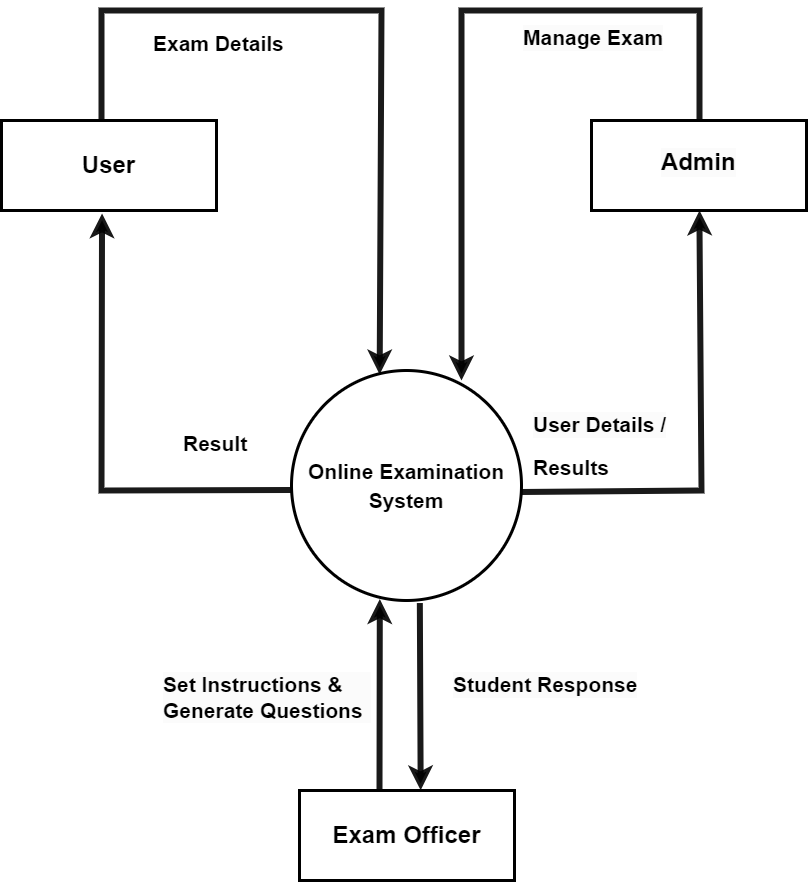
The draw.io diagram Level Diagram.drawio.png in omkarjha/Online-Examination-System, before a commit. Source tidied: cells renumbered, new cells last; positions are measured from the earlier drawing's top-left corner, leaving out a move shared by most shapes. The source it was exported from:
```xml
<mxGraphModel>
  <root>
    <mxCell id="0" />
    <mxCell id="1" parent="0" />
    <mxCell id="2" value="&lt;h1 style=&quot;border-color: var(--border-color);&quot;&gt;&lt;font style=&quot;border-color: var(--border-color); font-size: 21px;&quot;&gt;Online Examination System&lt;/font&gt;&lt;/h1&gt;" style="ellipse;whiteSpace=wrap;html=1;strokeWidth=3;" parent="1" vertex="1">
      <mxGeometry x="290" y="367" width="230" height="230" as="geometry" />
    </mxCell>
    <mxCell id="3" value="&lt;h1&gt;Exam Officer&lt;/h1&gt;" style="rounded=0;whiteSpace=wrap;html=1;strokeWidth=3;perimeterSpacing=1;" parent="1" vertex="1">
      <mxGeometry x="298" y="787" width="215" height="90" as="geometry" />
    </mxCell>
    <mxCell id="4" value="&lt;h1&gt;&lt;font style=&quot;font-size: 24px;&quot;&gt;User&lt;/font&gt;&lt;/h1&gt;" style="rounded=0;whiteSpace=wrap;html=1;perimeterSpacing=1;strokeWidth=3;" parent="1" vertex="1">
      <mxGeometry y="117" width="215" height="90" as="geometry" />
    </mxCell>
    <mxCell id="5" style="rounded=0;whiteSpace=wrap;html=1;strokeWidth=3;perimeterSpacing=1;" parent="1" vertex="1">
      <mxGeometry x="590" y="117" width="215" height="90" as="geometry" />
    </mxCell>
    <mxCell id="6" style="endArrow=classic;html=1;rounded=0;entryX=0.468;entryY=1.021;entryDx=0;entryDy=0;opacity=90;strokeWidth=6;exitX=-0.002;exitY=0.52;exitDx=0;exitDy=0;entryPerimeter=0;exitPerimeter=0;" parent="1" edge="1" source="2" target="4">
      <mxGeometry relative="1" as="geometry">
        <Array as="points">
          <mxPoint x="100" y="487" />
        </Array>
      </mxGeometry>
    </mxCell>
    <mxCell id="7" style="endArrow=classic;html=1;rounded=0;entryX=0.5;entryY=1;entryDx=0;entryDy=0;opacity=90;strokeWidth=6;exitX=0.997;exitY=0.528;exitDx=0;exitDy=0;exitPerimeter=0;" parent="1" edge="1" source="2">
      <mxGeometry relative="1" as="geometry">
        <mxPoint x="698" y="207" as="targetPoint" />
        <Array as="points">
          <mxPoint x="700" y="487" />
        </Array>
      </mxGeometry>
    </mxCell>
    <mxCell id="8" style="endArrow=classic;html=1;rounded=0;opacity=90;strokeWidth=6;exitX=0.465;exitY=0.011;exitDx=0;exitDy=0;entryX=0.383;entryY=0.017;entryDx=0;entryDy=0;entryPerimeter=0;exitPerimeter=0;" parent="1" edge="1" source="4" target="2">
      <mxGeometry relative="1" as="geometry">
        <Array as="points">
          <mxPoint x="100" y="7" />
          <mxPoint x="380" y="7" />
        </Array>
      </mxGeometry>
    </mxCell>
    <mxCell id="9" style="endArrow=classic;html=1;rounded=0;opacity=90;strokeWidth=6;" parent="1" edge="1">
      <mxGeometry relative="1" as="geometry">
        <mxPoint x="698" y="117" as="sourcePoint" />
        <mxPoint x="460" y="377" as="targetPoint" />
        <Array as="points">
          <mxPoint x="698" y="7" />
          <mxPoint x="460" y="7" />
        </Array>
      </mxGeometry>
    </mxCell>
    <mxCell id="10" style="endArrow=classic;html=1;rounded=0;entryX=0.384;entryY=0.994;entryDx=0;entryDy=0;entryPerimeter=0;strokeWidth=6;opacity=90;" parent="1" edge="1" target="2">
      <mxGeometry relative="1" as="geometry">
        <mxPoint x="378" y="787" as="sourcePoint" />
      </mxGeometry>
    </mxCell>
    <mxCell id="11" style="endArrow=classic;html=1;rounded=0;strokeWidth=6;opacity=90;exitX=0.558;exitY=1.011;exitDx=0;exitDy=0;exitPerimeter=0;entryX=0.563;entryY=0.009;entryDx=0;entryDy=0;entryPerimeter=0;" parent="1" edge="1" source="2" target="3">
      <mxGeometry relative="1" as="geometry" />
    </mxCell>
    <mxCell id="12" value="&lt;h2&gt;&lt;font style=&quot;font-size: 21px;&quot;&gt;Exam Details&lt;/font&gt;&lt;/h2&gt;" style="text;html=1;align=left;verticalAlign=middle;strokeColor=none;fillColor=none;rounded=1;" parent="1" vertex="1">
      <mxGeometry x="150" y="5" width="150" height="70" as="geometry" />
    </mxCell>
    <mxCell id="13" value="&lt;h2&gt;&lt;font style=&quot;font-size: 21px;&quot;&gt;Result&lt;/font&gt;&lt;/h2&gt;" style="text;html=1;align=left;verticalAlign=middle;strokeColor=none;fillColor=none;" parent="1" vertex="1">
      <mxGeometry x="180" y="405" width="90" height="70" as="geometry" />
    </mxCell>
    <mxCell id="14" value="&lt;h2 style=&quot;border-color: var(--border-color); color: rgb(0, 0, 0); font-family: Helvetica; font-style: normal; font-variant-ligatures: normal; font-variant-caps: normal; letter-spacing: normal; orphans: 2; text-align: left; text-indent: 0px; text-transform: none; widows: 2; word-spacing: 0px; -webkit-text-stroke-width: 0px; background-color: rgb(251, 251, 251); text-decoration-thickness: initial; text-decoration-style: initial; text-decoration-color: initial;&quot;&gt;&lt;font style=&quot;border-color: var(--border-color); font-size: 21px;&quot;&gt;Manage Exam&lt;/font&gt;&lt;/h2&gt;" style="text;whiteSpace=wrap;html=1;" parent="1" vertex="1">
      <mxGeometry x="520" width="160" height="80" as="geometry" />
    </mxCell>
    <mxCell id="15" value="&lt;h2 style=&quot;border-color: var(--border-color); color: rgb(0, 0, 0); font-family: Helvetica; font-style: normal; font-variant-ligatures: normal; font-variant-caps: normal; letter-spacing: normal; orphans: 2; text-align: left; text-indent: 0px; text-transform: none; widows: 2; word-spacing: 0px; -webkit-text-stroke-width: 0px; background-color: rgb(251, 251, 251); text-decoration-thickness: initial; text-decoration-style: initial; text-decoration-color: initial; font-size: 21px;&quot;&gt;&lt;font style=&quot;border-color: var(--border-color); font-size: 21px;&quot;&gt;User Details /&lt;/font&gt;&lt;/h2&gt;&lt;h2 style=&quot;font-size: 21px;&quot;&gt;&lt;font style=&quot;border-color: var(--border-color); font-size: 21px;&quot;&gt;Results&lt;/font&gt;&lt;/h2&gt;" style="text;whiteSpace=wrap;html=1;" parent="1" vertex="1">
      <mxGeometry x="530" y="385" width="145" height="90" as="geometry" />
    </mxCell>
    <mxCell id="16" value="&lt;h2 style=&quot;border-color: var(--border-color); color: rgb(0, 0, 0); font-family: Helvetica; font-style: normal; font-variant-ligatures: normal; font-variant-caps: normal; letter-spacing: normal; orphans: 2; text-align: left; text-indent: 0px; text-transform: none; widows: 2; word-spacing: 0px; -webkit-text-stroke-width: 0px; text-decoration-thickness: initial; text-decoration-style: initial; text-decoration-color: initial; background-color: rgb(251, 251, 251);&quot;&gt;&lt;font style=&quot;border-color: var(--border-color); font-size: 21px;&quot;&gt;Set Instructions &amp;amp; Generate Questions&lt;/font&gt;&lt;/h2&gt;" style="text;whiteSpace=wrap;html=1;" parent="1" vertex="1">
      <mxGeometry x="160" y="647" width="210" height="80" as="geometry" />
    </mxCell>
    <mxCell id="17" value="&lt;h2 style=&quot;border-color: var(--border-color); color: rgb(0, 0, 0); font-family: Helvetica; font-style: normal; font-variant-ligatures: normal; font-variant-caps: normal; letter-spacing: normal; orphans: 2; text-align: left; text-indent: 0px; text-transform: none; widows: 2; word-spacing: 0px; -webkit-text-stroke-width: 0px; background-color: rgb(251, 251, 251); text-decoration-thickness: initial; text-decoration-style: initial; text-decoration-color: initial;&quot;&gt;&lt;font style=&quot;border-color: var(--border-color); font-size: 21px;&quot;&gt;Student Response&lt;/font&gt;&lt;/h2&gt;" style="text;whiteSpace=wrap;html=1;" parent="1" vertex="1">
      <mxGeometry x="450" y="647" width="200" height="80" as="geometry" />
    </mxCell>
    <mxCell id="18" value="&lt;h1 style=&quot;border-color: var(--border-color); color: rgb(0, 0, 0); font-family: Helvetica; font-style: normal; font-variant-ligatures: normal; font-variant-caps: normal; letter-spacing: normal; orphans: 2; text-align: center; text-indent: 0px; text-transform: none; widows: 2; word-spacing: 0px; -webkit-text-stroke-width: 0px; background-color: rgb(251, 251, 251); text-decoration-thickness: initial; text-decoration-style: initial; text-decoration-color: initial;&quot;&gt;&lt;font style=&quot;border-color: var(--border-color); font-size: 24px;&quot;&gt;Admin&lt;/font&gt;&lt;/h1&gt;" style="text;whiteSpace=wrap;html=1;" parent="1" vertex="1">
      <mxGeometry x="657.5" y="122" width="80" height="80" as="geometry" />
    </mxCell>
  </root>
</mxGraphModel>
```
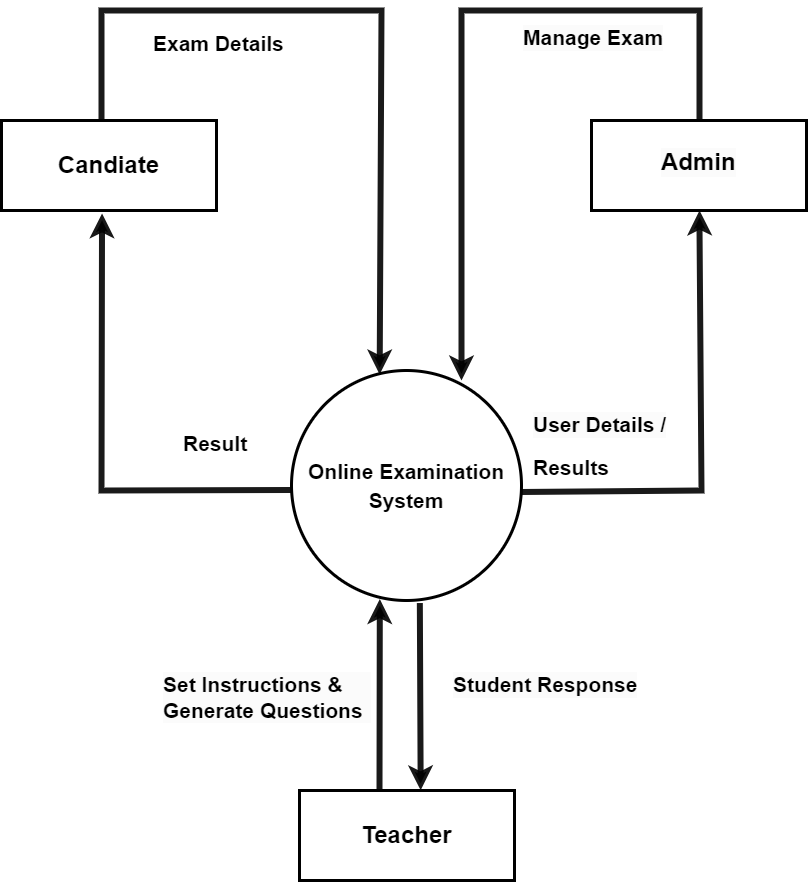
Later version of the same file.

What changed in the source:
```diff
@@ -5,10 +5,10 @@
     <mxCell id="2" value="&lt;h1 style=&quot;border-color: var(--border-color);&quot;&gt;&lt;font style=&quot;border-color: var(--border-color); font-size: 21px;&quot;&gt;Online Examination System&lt;/font&gt;&lt;/h1&gt;" style="ellipse;whiteSpace=wrap;html=1;strokeWidth=3;" parent="1" vertex="1">
       <mxGeometry x="290" y="367" width="230" height="230" as="geometry" />
     </mxCell>
-    <mxCell id="3" value="&lt;h1&gt;Exam Officer&lt;/h1&gt;" style="rounded=0;whiteSpace=wrap;html=1;strokeWidth=3;perimeterSpacing=1;" parent="1" vertex="1">
+    <mxCell id="3" value="&lt;h1&gt;Teacher&lt;/h1&gt;" style="rounded=0;whiteSpace=wrap;html=1;strokeWidth=3;perimeterSpacing=1;" parent="1" vertex="1">
       <mxGeometry x="298" y="787" width="215" height="90" as="geometry" />
     </mxCell>
-    <mxCell id="4" value="&lt;h1&gt;&lt;font style=&quot;font-size: 24px;&quot;&gt;User&lt;/font&gt;&lt;/h1&gt;" style="rounded=0;whiteSpace=wrap;html=1;perimeterSpacing=1;strokeWidth=3;" parent="1" vertex="1">
+    <mxCell id="4" value="&lt;h1&gt;&lt;font style=&quot;font-size: 24px;&quot;&gt;Candiate&lt;/font&gt;&lt;/h1&gt;" style="rounded=0;whiteSpace=wrap;html=1;perimeterSpacing=1;strokeWidth=3;" parent="1" vertex="1">
       <mxGeometry y="117" width="215" height="90" as="geometry" />
     </mxCell>
     <mxCell id="5" style="rounded=0;whiteSpace=wrap;html=1;strokeWidth=3;perimeterSpacing=1;" parent="1" vertex="1">
```
